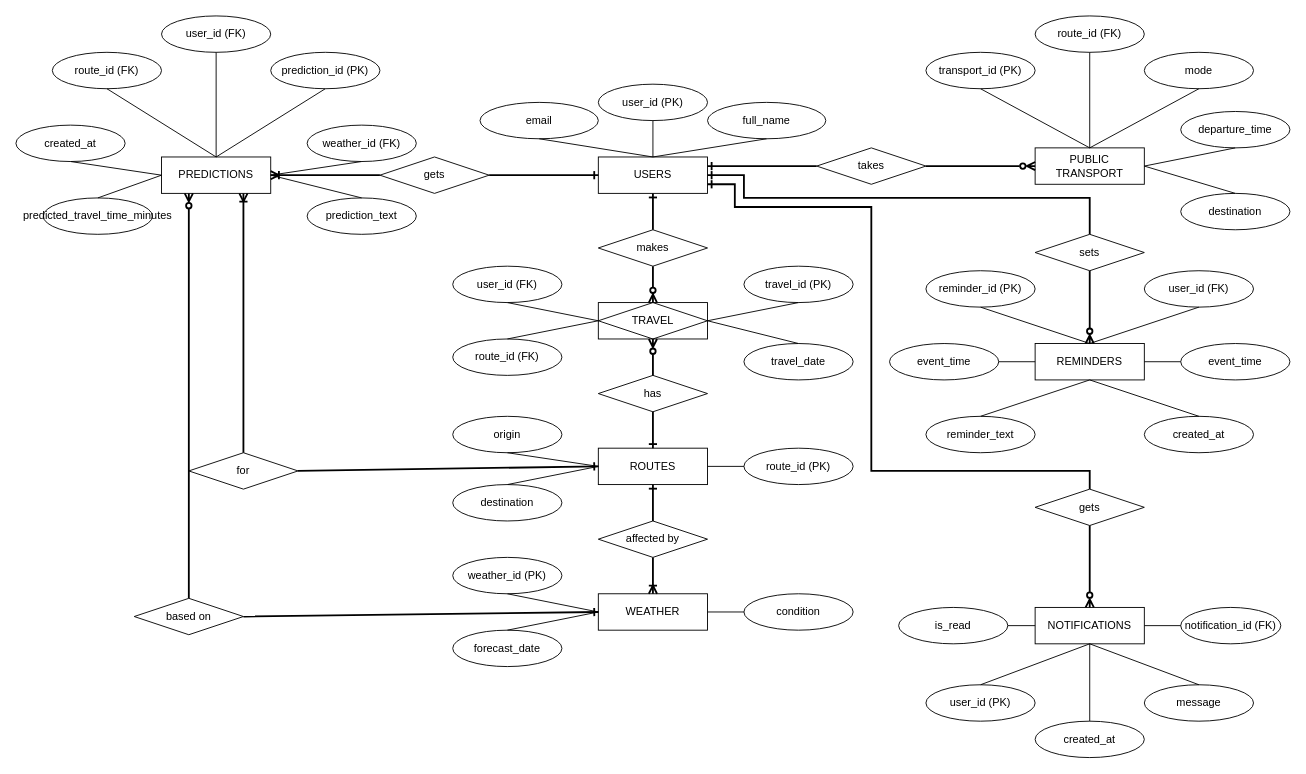
Earlier version of the draw.io diagram ERD.drawio (jjjandib6013/IT-IMDBSYS31). Source tidied: cells renumbered, new cells numbered last; positions are measured from the earlier drawing's top-left corner, leaving out a move shared by most shapes. Both pictures are drawn from the tidied source at 91%, with x=0, y=0 at pixel (15, 15).
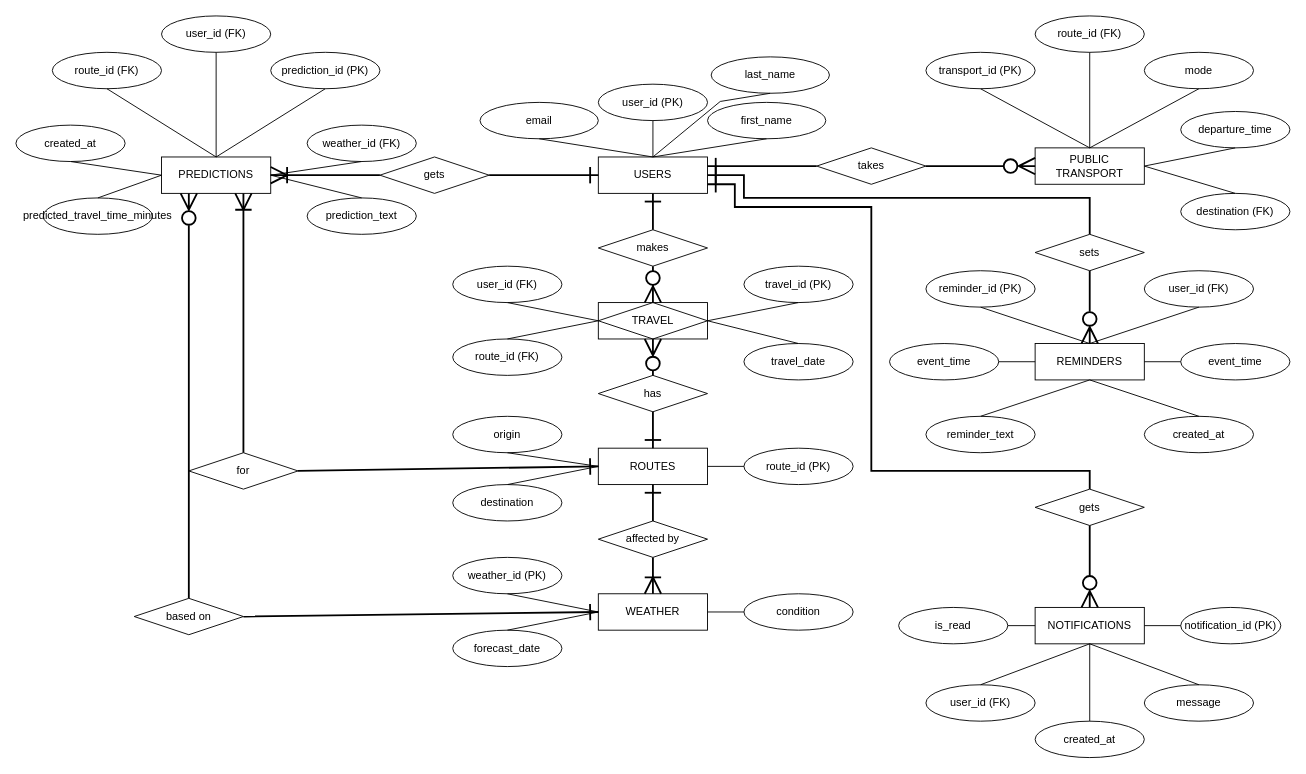
Above is the later version.

Unchanged cells that the change refers to:
```xml
<mxCell id="2" value="TRAVEL" style="shape=associativeEntity;whiteSpace=wrap;html=1;align=center;" parent="1" vertex="1">
  <mxGeometry x="640" y="315" width="120" height="40" as="geometry" />
</mxCell>
<mxCell id="3" value="USERS" style="whiteSpace=wrap;html=1;align=center;" parent="1" vertex="1">
  <mxGeometry x="640" y="155" width="120" height="40" as="geometry" />
</mxCell>
<mxCell id="4" value="ROUTES" style="whiteSpace=wrap;html=1;align=center;" parent="1" vertex="1">
  <mxGeometry x="640" y="475" width="120" height="40" as="geometry" />
</mxCell>
<mxCell id="5" value="WEATHER" style="whiteSpace=wrap;html=1;align=center;" parent="1" vertex="1">
  <mxGeometry x="640" y="635" width="120" height="40" as="geometry" />
</mxCell>
<mxCell id="6" value="PUBLIC TRANSPORT" style="whiteSpace=wrap;html=1;align=center;" parent="1" vertex="1">
  <mxGeometry x="1120" y="145" width="120" height="40" as="geometry" />
</mxCell>
<mxCell id="7" value="PREDICTIONS" style="whiteSpace=wrap;html=1;align=center;" parent="1" vertex="1">
  <mxGeometry x="160" y="155" width="120" height="40" as="geometry" />
</mxCell>
<mxCell id="8" value="REMINDERS" style="whiteSpace=wrap;html=1;align=center;" parent="1" vertex="1">
  <mxGeometry x="1120" y="360" width="120" height="40" as="geometry" />
</mxCell>
<mxCell id="9" value="NOTIFICATIONS" style="whiteSpace=wrap;html=1;align=center;" parent="1" vertex="1">
  <mxGeometry x="1120" y="650" width="120" height="40" as="geometry" />
</mxCell>
<mxCell id="10" value="makes" style="shape=rhombus;perimeter=rhombusPerimeter;whiteSpace=wrap;html=1;align=center;" parent="1" vertex="1">
  <mxGeometry x="640" y="235" width="120" height="40" as="geometry" />
</mxCell>
<mxCell id="11" value="has" style="shape=rhombus;perimeter=rhombusPerimeter;whiteSpace=wrap;html=1;align=center;" parent="1" vertex="1">
  <mxGeometry x="640" y="395" width="120" height="40" as="geometry" />
</mxCell>
<mxCell id="12" value="affected by" style="shape=rhombus;perimeter=rhombusPerimeter;whiteSpace=wrap;html=1;align=center;" parent="1" vertex="1">
  <mxGeometry x="640" y="555" width="120" height="40" as="geometry" />
</mxCell>
<mxCell id="13" value="takes" style="shape=rhombus;perimeter=rhombusPerimeter;whiteSpace=wrap;html=1;align=center;" parent="1" vertex="1">
  <mxGeometry x="880" y="145" width="120" height="40" as="geometry" />
</mxCell>
<mxCell id="14" value="for" style="shape=rhombus;perimeter=rhombusPerimeter;whiteSpace=wrap;html=1;align=center;" parent="1" vertex="1">
  <mxGeometry x="190" y="480" width="120" height="40" as="geometry" />
</mxCell>
<mxCell id="15" value="gets" style="shape=rhombus;perimeter=rhombusPerimeter;whiteSpace=wrap;html=1;align=center;" parent="1" vertex="1">
  <mxGeometry x="400" y="155" width="120" height="40" as="geometry" />
</mxCell>
<mxCell id="88" value="based on" style="shape=rhombus;perimeter=rhombusPerimeter;whiteSpace=wrap;html=1;align=center;" parent="1" vertex="1">
  <mxGeometry x="130" y="640" width="120" height="40" as="geometry" />
</mxCell>
<mxCell id="91" value="sets" style="shape=rhombus;perimeter=rhombusPerimeter;whiteSpace=wrap;html=1;align=center;" parent="1" vertex="1">
  <mxGeometry x="1120" y="240" width="120" height="40" as="geometry" />
</mxCell>
<mxCell id="95" value="gets" style="shape=rhombus;perimeter=rhombusPerimeter;whiteSpace=wrap;html=1;align=center;" parent="1" vertex="1">
  <mxGeometry x="1120" y="520" width="120" height="40" as="geometry" />
</mxCell>
```

Diff of the diagram source:
```diff
@@
-    <mxCell id="17" value="full_name" style="ellipse;whiteSpace=wrap;html=1;align=center;" parent="1" vertex="1">
+    <mxCell id="17" value="first_name" style="ellipse;whiteSpace=wrap;html=1;align=center;" parent="1" vertex="1">
       <mxGeometry x="760" y="95" width="130" height="40" as="geometry" />
     </mxCell>
@@
-    <mxCell id="22" style="fontSize=12;html=1;endArrow=none;endFill=0;rounded=0;exitX=0.5;exitY=1;exitDx=0;exitDy=0;entryX=0.5;entryY=0;entryDx=0;entryDy=0;startArrow=ERone;startFill=0;strokeWidth=2;" parent="1" edge="1" source="3" target="10">
+    <mxCell id="22" style="fontSize=12;html=1;endArrow=none;endFill=0;rounded=0;exitX=0.5;exitY=1;exitDx=0;exitDy=0;entryX=0.5;entryY=0;entryDx=0;entryDy=0;startArrow=ERone;startFill=0;strokeWidth=2;startSize=15;" parent="1" edge="1" source="3" target="10">
       <mxGeometry relative="1" as="geometry" />
     </mxCell>
-    <mxCell id="23" style="fontSize=12;html=1;endArrow=none;endFill=0;rounded=0;exitX=0.5;exitY=1;exitDx=0;exitDy=0;startArrow=ERzeroToMany;startFill=0;entryX=0.5;entryY=0;entryDx=0;entryDy=0;strokeWidth=2;" parent="1" edge="1" source="2" target="11">
+    <mxCell id="23" style="fontSize=12;html=1;endArrow=none;endFill=0;rounded=0;exitX=0.5;exitY=1;exitDx=0;exitDy=0;startArrow=ERzeroToMany;startFill=0;entryX=0.5;entryY=0;entryDx=0;entryDy=0;strokeWidth=2;startSize=15;" parent="1" edge="1" source="2" target="11">
       <mxGeometry relative="1" as="geometry" />
     </mxCell>
-    <mxCell id="24" style="fontSize=12;html=1;endArrow=ERone;endFill=0;rounded=0;exitX=0.5;exitY=1;exitDx=0;exitDy=0;startArrow=none;startFill=0;entryX=0.5;entryY=0;entryDx=0;entryDy=0;strokeWidth=2;" parent="1" edge="1" source="11" target="4">
+    <mxCell id="24" style="fontSize=12;html=1;endArrow=ERone;endFill=0;rounded=0;exitX=0.5;exitY=1;exitDx=0;exitDy=0;startArrow=none;startFill=0;entryX=0.5;entryY=0;entryDx=0;entryDy=0;strokeWidth=2;endSize=15;" parent="1" edge="1" source="11" target="4">
       <mxGeometry relative="1" as="geometry" />
     </mxCell>
-    <mxCell id="25" style="fontSize=12;html=1;endArrow=ERzeroToMany;endFill=1;rounded=0;exitX=0.5;exitY=1;exitDx=0;exitDy=0;entryX=0.5;entryY=0;entryDx=0;entryDy=0;startArrow=none;startFill=0;strokeWidth=2;" parent="1" edge="1" source="10" target="2">
+    <mxCell id="25" style="fontSize=12;html=1;endArrow=ERzeroToMany;endFill=1;rounded=0;exitX=0.5;exitY=1;exitDx=0;exitDy=0;entryX=0.5;entryY=0;entryDx=0;entryDy=0;startArrow=none;startFill=0;strokeWidth=2;endSize=15;" parent="1" edge="1" source="10" target="2">
       <mxGeometry relative="1" as="geometry" />
     </mxCell>
@@
-    <mxCell id="38" value="notification_id (FK)" style="ellipse;whiteSpace=wrap;html=1;align=center;" parent="1" vertex="1">
+    <mxCell id="38" value="notification_id (PK)" style="ellipse;whiteSpace=wrap;html=1;align=center;" parent="1" vertex="1">
       <mxGeometry x="1280" y="650" width="110" height="40" as="geometry" />
     </mxCell>
@@
-    <mxCell id="53" value="user_id (PK)" style="ellipse;whiteSpace=wrap;html=1;align=center;" parent="1" vertex="1">
+    <mxCell id="53" value="user_id (FK)" style="ellipse;whiteSpace=wrap;html=1;align=center;" parent="1" vertex="1">
       <mxGeometry x="1000" y="735" width="120" height="40" as="geometry" />
     </mxCell>
@@
-    <mxCell id="55" value="destination" style="ellipse;whiteSpace=wrap;html=1;align=center;" parent="1" vertex="1">
+    <mxCell id="55" value="destination (FK)" style="ellipse;whiteSpace=wrap;html=1;align=center;" parent="1" vertex="1">
       <mxGeometry x="1280" y="195" width="120" height="40" as="geometry" />
     </mxCell>
@@
-    <mxCell id="64" style="fontSize=12;html=1;endArrow=none;endFill=0;rounded=0;exitX=0.5;exitY=1;exitDx=0;exitDy=0;startArrow=ERone;startFill=0;entryX=0.5;entryY=0;entryDx=0;entryDy=0;strokeWidth=2;" parent="1" edge="1" source="4" target="12">
+    <mxCell id="64" style="fontSize=12;html=1;endArrow=none;endFill=0;rounded=0;exitX=0.5;exitY=1;exitDx=0;exitDy=0;startArrow=ERone;startFill=0;entryX=0.5;entryY=0;entryDx=0;entryDy=0;strokeWidth=2;startSize=15;" parent="1" edge="1" source="4" target="12">
       <mxGeometry relative="1" as="geometry" />
     </mxCell>
-    <mxCell id="65" style="fontSize=12;html=1;endArrow=ERoneToMany;endFill=0;rounded=0;startArrow=none;startFill=0;entryX=0.5;entryY=0;entryDx=0;entryDy=0;exitX=0.5;exitY=1;exitDx=0;exitDy=0;strokeWidth=2;" parent="1" edge="1" source="12" target="5">
+    <mxCell id="65" style="fontSize=12;html=1;endArrow=ERoneToMany;endFill=0;rounded=0;startArrow=none;startFill=0;entryX=0.5;entryY=0;entryDx=0;entryDy=0;exitX=0.5;exitY=1;exitDx=0;exitDy=0;strokeWidth=2;endSize=15;" parent="1" edge="1" source="12" target="5">
       <mxGeometry relative="1" as="geometry" />
     </mxCell>
@@
-    <mxCell id="69" style="fontSize=12;html=1;endArrow=none;endFill=0;rounded=0;exitX=1;exitY=0.25;exitDx=0;exitDy=0;startArrow=ERone;startFill=0;strokeWidth=2;entryX=0;entryY=0.5;entryDx=0;entryDy=0;" parent="1" edge="1" source="3" target="13">
+    <mxCell id="69" style="fontSize=12;html=1;endArrow=none;endFill=0;rounded=0;exitX=1;exitY=0.25;exitDx=0;exitDy=0;startArrow=ERone;startFill=0;strokeWidth=2;entryX=0;entryY=0.5;entryDx=0;entryDy=0;startSize=15;endSize=15;" parent="1" edge="1" source="3" target="13">
       <mxGeometry relative="1" as="geometry" />
     </mxCell>
-    <mxCell id="70" style="fontSize=12;html=1;endArrow=ERzeroToMany;endFill=0;rounded=0;exitX=1;exitY=0.5;exitDx=0;exitDy=0;startArrow=none;startFill=0;strokeWidth=2;entryX=0;entryY=0.5;entryDx=0;entryDy=0;" parent="1" edge="1" source="13" target="6">
+    <mxCell id="70" style="fontSize=12;html=1;endArrow=ERzeroToMany;endFill=0;rounded=0;exitX=1;exitY=0.5;exitDx=0;exitDy=0;startArrow=none;startFill=0;strokeWidth=2;entryX=0;entryY=0.5;entryDx=0;entryDy=0;startSize=15;endSize=15;" parent="1" edge="1" source="13" target="6">
       <mxGeometry relative="1" as="geometry" />
     </mxCell>
-    <mxCell id="71" style="fontSize=12;html=1;endArrow=ERone;endFill=0;rounded=0;startArrow=none;startFill=0;strokeWidth=2;exitX=1;exitY=0.5;exitDx=0;exitDy=0;entryX=0;entryY=0.5;entryDx=0;entryDy=0;" parent="1" edge="1" source="15" target="3">
+    <mxCell id="71" style="fontSize=12;html=1;endArrow=ERone;endFill=0;rounded=0;startArrow=none;startFill=0;strokeWidth=2;exitX=1;exitY=0.5;exitDx=0;exitDy=0;entryX=0;entryY=0.5;entryDx=0;entryDy=0;startSize=15;endSize=15;" parent="1" edge="1" source="15" target="3">
       <mxGeometry relative="1" as="geometry" />
     </mxCell>
-    <mxCell id="72" style="fontSize=12;html=1;endArrow=none;endFill=0;rounded=0;startArrow=ERoneToMany;startFill=0;strokeWidth=2;exitX=1;exitY=0.5;exitDx=0;exitDy=0;entryX=0;entryY=0.5;entryDx=0;entryDy=0;" parent="1" edge="1" source="7" target="15">
+    <mxCell id="72" style="fontSize=12;html=1;endArrow=none;endFill=0;rounded=0;startArrow=ERoneToMany;startFill=0;strokeWidth=2;exitX=1;exitY=0.5;exitDx=0;exitDy=0;entryX=0;entryY=0.5;entryDx=0;entryDy=0;startSize=15;endSize=15;" parent="1" edge="1" source="7" target="15">
       <mxGeometry relative="1" as="geometry" />
     </mxCell>
-    <mxCell id="73" style="fontSize=12;html=1;endArrow=none;endFill=0;rounded=0;startArrow=ERoneToMany;startFill=0;strokeWidth=2;exitX=0.75;exitY=1;exitDx=0;exitDy=0;entryX=0.5;entryY=0;entryDx=0;entryDy=0;" parent="1" edge="1" source="7" target="14">
+    <mxCell id="73" style="fontSize=12;html=1;endArrow=none;endFill=0;rounded=0;startArrow=ERoneToMany;startFill=0;strokeWidth=2;exitX=0.75;exitY=1;exitDx=0;exitDy=0;entryX=0.5;entryY=0;entryDx=0;entryDy=0;startSize=15;endSize=15;" parent="1" edge="1" source="7" target="14">
       <mxGeometry relative="1" as="geometry" />
     </mxCell>
-    <mxCell id="74" style="fontSize=12;html=1;endArrow=ERone;endFill=0;rounded=0;startArrow=none;startFill=0;strokeWidth=2;exitX=1;exitY=0.5;exitDx=0;exitDy=0;entryX=0;entryY=0.5;entryDx=0;entryDy=0;" parent="1" edge="1" source="14" target="4">
+    <mxCell id="74" style="fontSize=12;html=1;endArrow=ERone;endFill=0;rounded=0;startArrow=none;startFill=0;strokeWidth=2;exitX=1;exitY=0.5;exitDx=0;exitDy=0;entryX=0;entryY=0.5;entryDx=0;entryDy=0;startSize=15;endSize=15;" parent="1" edge="1" source="14" target="4">
       <mxGeometry relative="1" as="geometry" />
     </mxCell>
@@
-    <mxCell id="89" style="fontSize=12;html=1;endArrow=none;endFill=0;rounded=0;startArrow=ERzeroToMany;startFill=0;strokeWidth=2;exitX=0.25;exitY=1;exitDx=0;exitDy=0;entryX=0.5;entryY=0;entryDx=0;entryDy=0;" parent="1" edge="1" source="7" target="88">
+    <mxCell id="89" style="fontSize=12;html=1;endArrow=none;endFill=0;rounded=0;startArrow=ERzeroToMany;startFill=0;strokeWidth=2;exitX=0.25;exitY=1;exitDx=0;exitDy=0;entryX=0.5;entryY=0;entryDx=0;entryDy=0;startSize=15;endSize=15;" parent="1" edge="1" source="7" target="88">
       <mxGeometry relative="1" as="geometry" />
     </mxCell>
-    <mxCell id="90" style="fontSize=12;html=1;endArrow=none;endFill=0;rounded=0;startArrow=ERone;startFill=0;strokeWidth=2;exitX=0;exitY=0.5;exitDx=0;exitDy=0;entryX=1;entryY=0.5;entryDx=0;entryDy=0;" parent="1" edge="1" source="5" target="88">
+    <mxCell id="90" style="fontSize=12;html=1;endArrow=none;endFill=0;rounded=0;startArrow=ERone;startFill=0;strokeWidth=2;exitX=0;exitY=0.5;exitDx=0;exitDy=0;entryX=1;entryY=0.5;entryDx=0;entryDy=0;startSize=15;endSize=15;" parent="1" edge="1" source="5" target="88">
       <mxGeometry relative="1" as="geometry" />
     </mxCell>
@@
-    <mxCell id="92" style="fontSize=12;html=1;endArrow=none;endFill=0;rounded=0;exitX=1;exitY=0.5;exitDx=0;exitDy=0;startArrow=ERone;startFill=0;strokeWidth=2;entryX=0.5;entryY=0;entryDx=0;entryDy=0;" parent="1" edge="1" source="3" target="91">
+    <mxCell id="92" style="fontSize=12;html=1;endArrow=none;endFill=0;rounded=0;exitX=1;exitY=0.5;exitDx=0;exitDy=0;startArrow=ERone;startFill=0;strokeWidth=2;entryX=0.5;entryY=0;entryDx=0;entryDy=0;startSize=15;" parent="1" edge="1" source="3" target="91">
       <mxGeometry relative="1" as="geometry">
         <Array as="points">
           <mxPoint x="800" y="175" />
           <mxPoint x="800" y="200" />
           <mxPoint x="1180" y="200" />
         </Array>
       </mxGeometry>
     </mxCell>
-    <mxCell id="93" style="fontSize=12;html=1;endArrow=none;endFill=0;rounded=0;exitX=0.5;exitY=0;exitDx=0;exitDy=0;startArrow=ERzeroToMany;startFill=0;entryX=0.5;entryY=1;entryDx=0;entryDy=0;strokeWidth=2;" parent="1" edge="1" source="8" target="91">
+    <mxCell id="93" style="fontSize=12;html=1;endArrow=none;endFill=0;rounded=0;exitX=0.5;exitY=0;exitDx=0;exitDy=0;startArrow=ERzeroToMany;startFill=0;entryX=0.5;entryY=1;entryDx=0;entryDy=0;strokeWidth=2;startSize=15;" parent="1" edge="1" source="8" target="91">
       <mxGeometry relative="1" as="geometry" />
     </mxCell>
-    <mxCell id="94" style="fontSize=12;html=1;endArrow=none;endFill=0;rounded=0;exitX=1;exitY=0.75;exitDx=0;exitDy=0;startArrow=ERone;startFill=0;strokeWidth=2;entryX=0.5;entryY=0;entryDx=0;entryDy=0;" parent="1" edge="1" source="3" target="95">
+    <mxCell id="94" style="fontSize=12;html=1;endArrow=none;endFill=0;rounded=0;exitX=1;exitY=0.75;exitDx=0;exitDy=0;startArrow=ERone;startFill=0;strokeWidth=2;entryX=0.5;entryY=0;entryDx=0;entryDy=0;startSize=15;" parent="1" edge="1" source="3" target="95">
       <mxGeometry relative="1" as="geometry">
         <Array as="points">
           <mxPoint x="790" y="185" />
           <mxPoint x="790" y="210" />
           <mxPoint x="940" y="210" />
           <mxPoint x="940" y="500" />
           <mxPoint x="1180" y="500" />
         </Array>
       </mxGeometry>
     </mxCell>
@@
-    <mxCell id="96" style="fontSize=12;html=1;endArrow=none;endFill=0;rounded=0;exitX=0.5;exitY=0;exitDx=0;exitDy=0;startArrow=ERzeroToMany;startFill=0;entryX=0.5;entryY=1;entryDx=0;entryDy=0;strokeWidth=2;" parent="1" edge="1" source="9" target="95">
+    <mxCell id="96" style="fontSize=12;html=1;endArrow=none;endFill=0;rounded=0;exitX=0.5;exitY=0;exitDx=0;exitDy=0;startArrow=ERzeroToMany;startFill=0;entryX=0.5;entryY=1;entryDx=0;entryDy=0;strokeWidth=2;startSize=15;" parent="1" edge="1" source="9" target="95">
       <mxGeometry relative="1" as="geometry" />
     </mxCell>
@@
+    <mxCell id="109" value="last_name" style="ellipse;whiteSpace=wrap;html=1;align=center;" parent="1" vertex="1">
+      <mxGeometry x="764" y="45" width="130" height="40" as="geometry" />
+    </mxCell>
+    <mxCell id="110" style="endArrow=none;html=1;rounded=0;exitX=0.5;exitY=1;exitDx=0;exitDy=0;entryX=0.5;entryY=0;entryDx=0;entryDy=0;" parent="1" edge="1" source="109" target="3">
+      <mxGeometry relative="1" as="geometry">
+        <Array as="points">
+          <mxPoint x="774" y="94" />
+        </Array>
+      </mxGeometry>
+    </mxCell>
```
